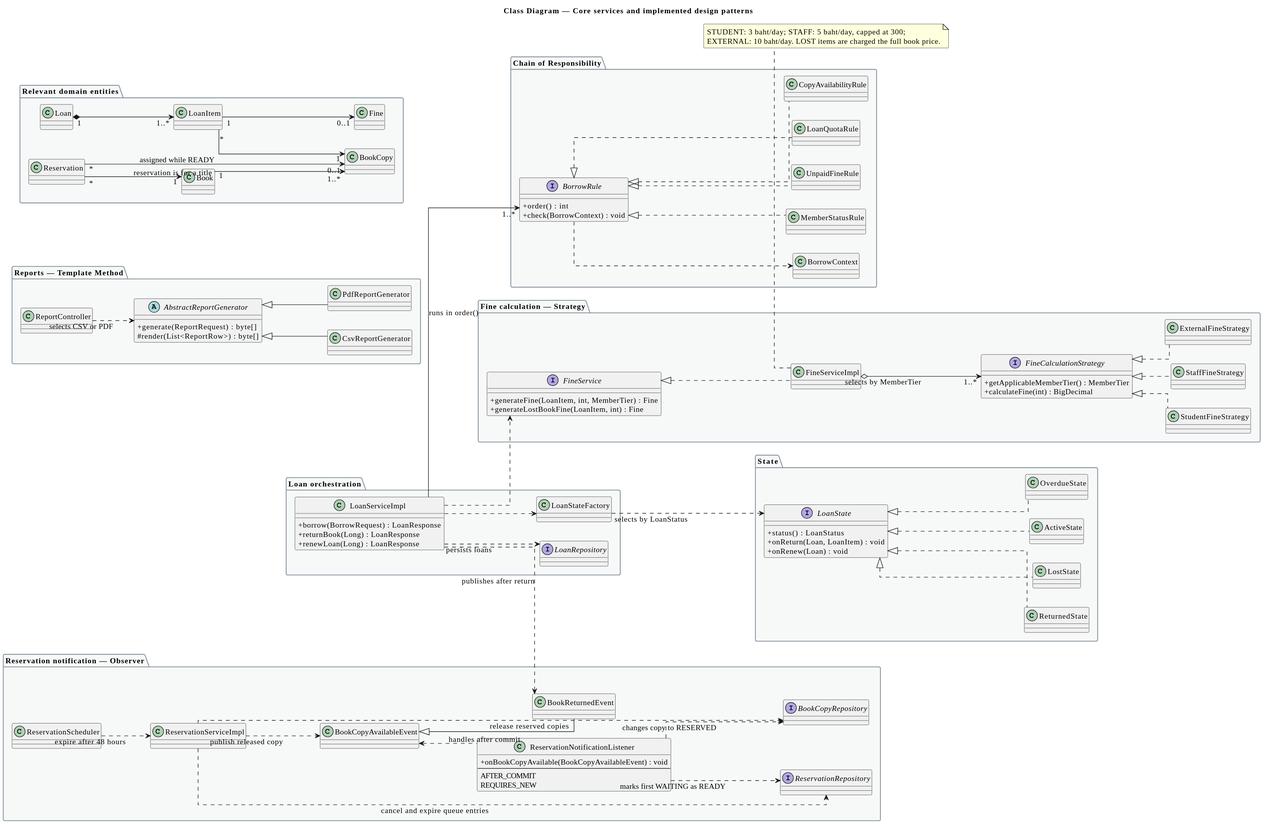
The PlantUML diagram doc/diagrams/images/04-class-diagram.svg in boatrocl/library_book_management, before a commit. Its diagram source:
```plantuml
@startuml
title Class Diagram — Core services and implemented design patterns

skinparam defaultFontName "Tahoma"
skinparam defaultFontSize 14
skinparam shadowing false
skinparam linetype ortho
skinparam classAttributeIconSize 0
skinparam package {
  BackgroundColor #F7F9F9
  BorderColor #85929E
}

left to right direction

package "Loan orchestration" {
  class LoanServiceImpl {
    + borrow(BorrowRequest) : LoanResponse
    + returnBook(Long) : LoanResponse
    + renewLoan(Long) : LoanResponse
  }
  interface LoanRepository
  class LoanStateFactory
}

package "Chain of Responsibility" {
  interface BorrowRule {
    + order() : int
    + check(BorrowContext) : void
  }
  class BorrowContext
  class MemberStatusRule
  class UnpaidFineRule
  class LoanQuotaRule
  class CopyAvailabilityRule
}

package "State" {
  interface LoanState {
    + status() : LoanStatus
    + onReturn(Loan, LoanItem) : void
    + onRenew(Loan) : void
  }
  class ActiveState
  class OverdueState
  class ReturnedState
  class LostState
}

package "Fine calculation — Strategy" {
  interface FineService {
    + generateFine(LoanItem, int, MemberTier) : Fine
    + generateLostBookFine(LoanItem, int) : Fine
  }
  class FineServiceImpl
  interface FineCalculationStrategy {
    + getApplicableMemberTier() : MemberTier
    + calculateFine(int) : BigDecimal
  }
  class StudentFineStrategy
  class StaffFineStrategy
  class ExternalFineStrategy
}

package "Reservation notification — Observer" {
  class BookCopyAvailableEvent
  class BookReturnedEvent
  class ReservationNotificationListener {
    + onBookCopyAvailable(BookCopyAvailableEvent) : void
    --
    AFTER_COMMIT
    REQUIRES_NEW
  }
  interface ReservationRepository
  interface BookCopyRepository
  class ReservationServiceImpl
  class ReservationScheduler
}

package "Reports — Template Method" {
  class ReportController
  abstract class AbstractReportGenerator {
    + generate(ReportRequest) : byte[]
    # render(List<ReportRow>) : byte[]
  }
  class CsvReportGenerator
  class PdfReportGenerator
}

package "Relevant domain entities" {
  class Loan
  class LoanItem
  class Fine
  class Book
  class BookCopy
  class Reservation
}

LoanServiceImpl ..> LoanRepository : persists loans
LoanServiceImpl --> "1..*" BorrowRule : runs in order()
BorrowRule <|.. MemberStatusRule
BorrowRule <|.. UnpaidFineRule
BorrowRule <|.. LoanQuotaRule
BorrowRule <|.. CopyAvailabilityRule
BorrowRule ..> BorrowContext

LoanServiceImpl ..> LoanStateFactory
LoanStateFactory ..> LoanState : selects by LoanStatus
LoanState <|.. ActiveState
LoanState <|.. OverdueState
LoanState <|.. ReturnedState
LoanState <|.. LostState

LoanServiceImpl ..> FineService
FineService <|.. FineServiceImpl
FineServiceImpl o--> "1..*" FineCalculationStrategy : selects by MemberTier
FineCalculationStrategy <|.. StudentFineStrategy
FineCalculationStrategy <|.. StaffFineStrategy
FineCalculationStrategy <|.. ExternalFineStrategy

LoanServiceImpl ..> BookReturnedEvent : publishes after return
BookCopyAvailableEvent <|-- BookReturnedEvent
BookCopyAvailableEvent <.. ReservationNotificationListener : handles after commit
ReservationNotificationListener ..> ReservationRepository : marks first WAITING as READY
ReservationNotificationListener ..> BookCopyRepository : changes copy to RESERVED
ReservationServiceImpl ..> ReservationRepository : cancel and expire queue entries
ReservationServiceImpl ..> BookCopyRepository : release reserved copies
ReservationServiceImpl ..> BookCopyAvailableEvent : publish released copy
ReservationScheduler ..> ReservationServiceImpl : expire after 48 hours

ReportController ..> AbstractReportGenerator : selects CSV or PDF
AbstractReportGenerator <|-- CsvReportGenerator
AbstractReportGenerator <|-- PdfReportGenerator

Loan "1" *--> "1..*" LoanItem
LoanItem "1" --> "0..1" Fine
LoanItem "*" --> "1" BookCopy
Reservation "*" --> "1" Book : reservation is for a title
Reservation "*" --> "0..1" BookCopy : assigned while READY
Book "1" --> "1..*" BookCopy

note bottom of FineServiceImpl
  STUDENT: 3 baht/day; STAFF: 5 baht/day, capped at 300;
  EXTERNAL: 10 baht/day. LOST items are charged the full book price.
end note
@enduml
```
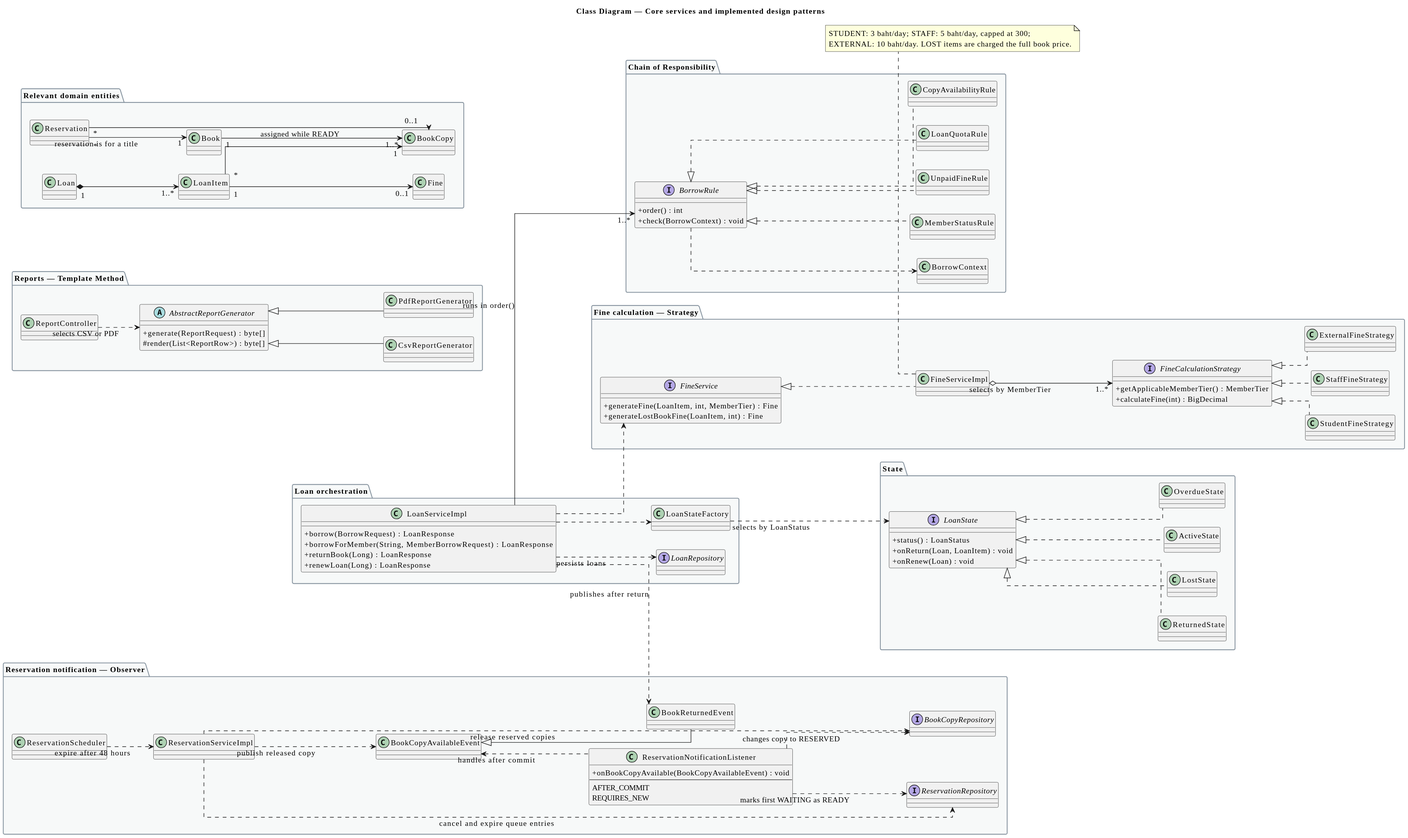
After the change.

What changed in the source:
```diff
@@ -16,6 +16,7 @@
 package "Loan orchestration" {
   class LoanServiceImpl {
     + borrow(BorrowRequest) : LoanResponse
+    + borrowForMember(String, MemberBorrowRequest) : LoanResponse
     + returnBook(Long) : LoanResponse
     + renewLoan(Long) : LoanResponse
   }
```
